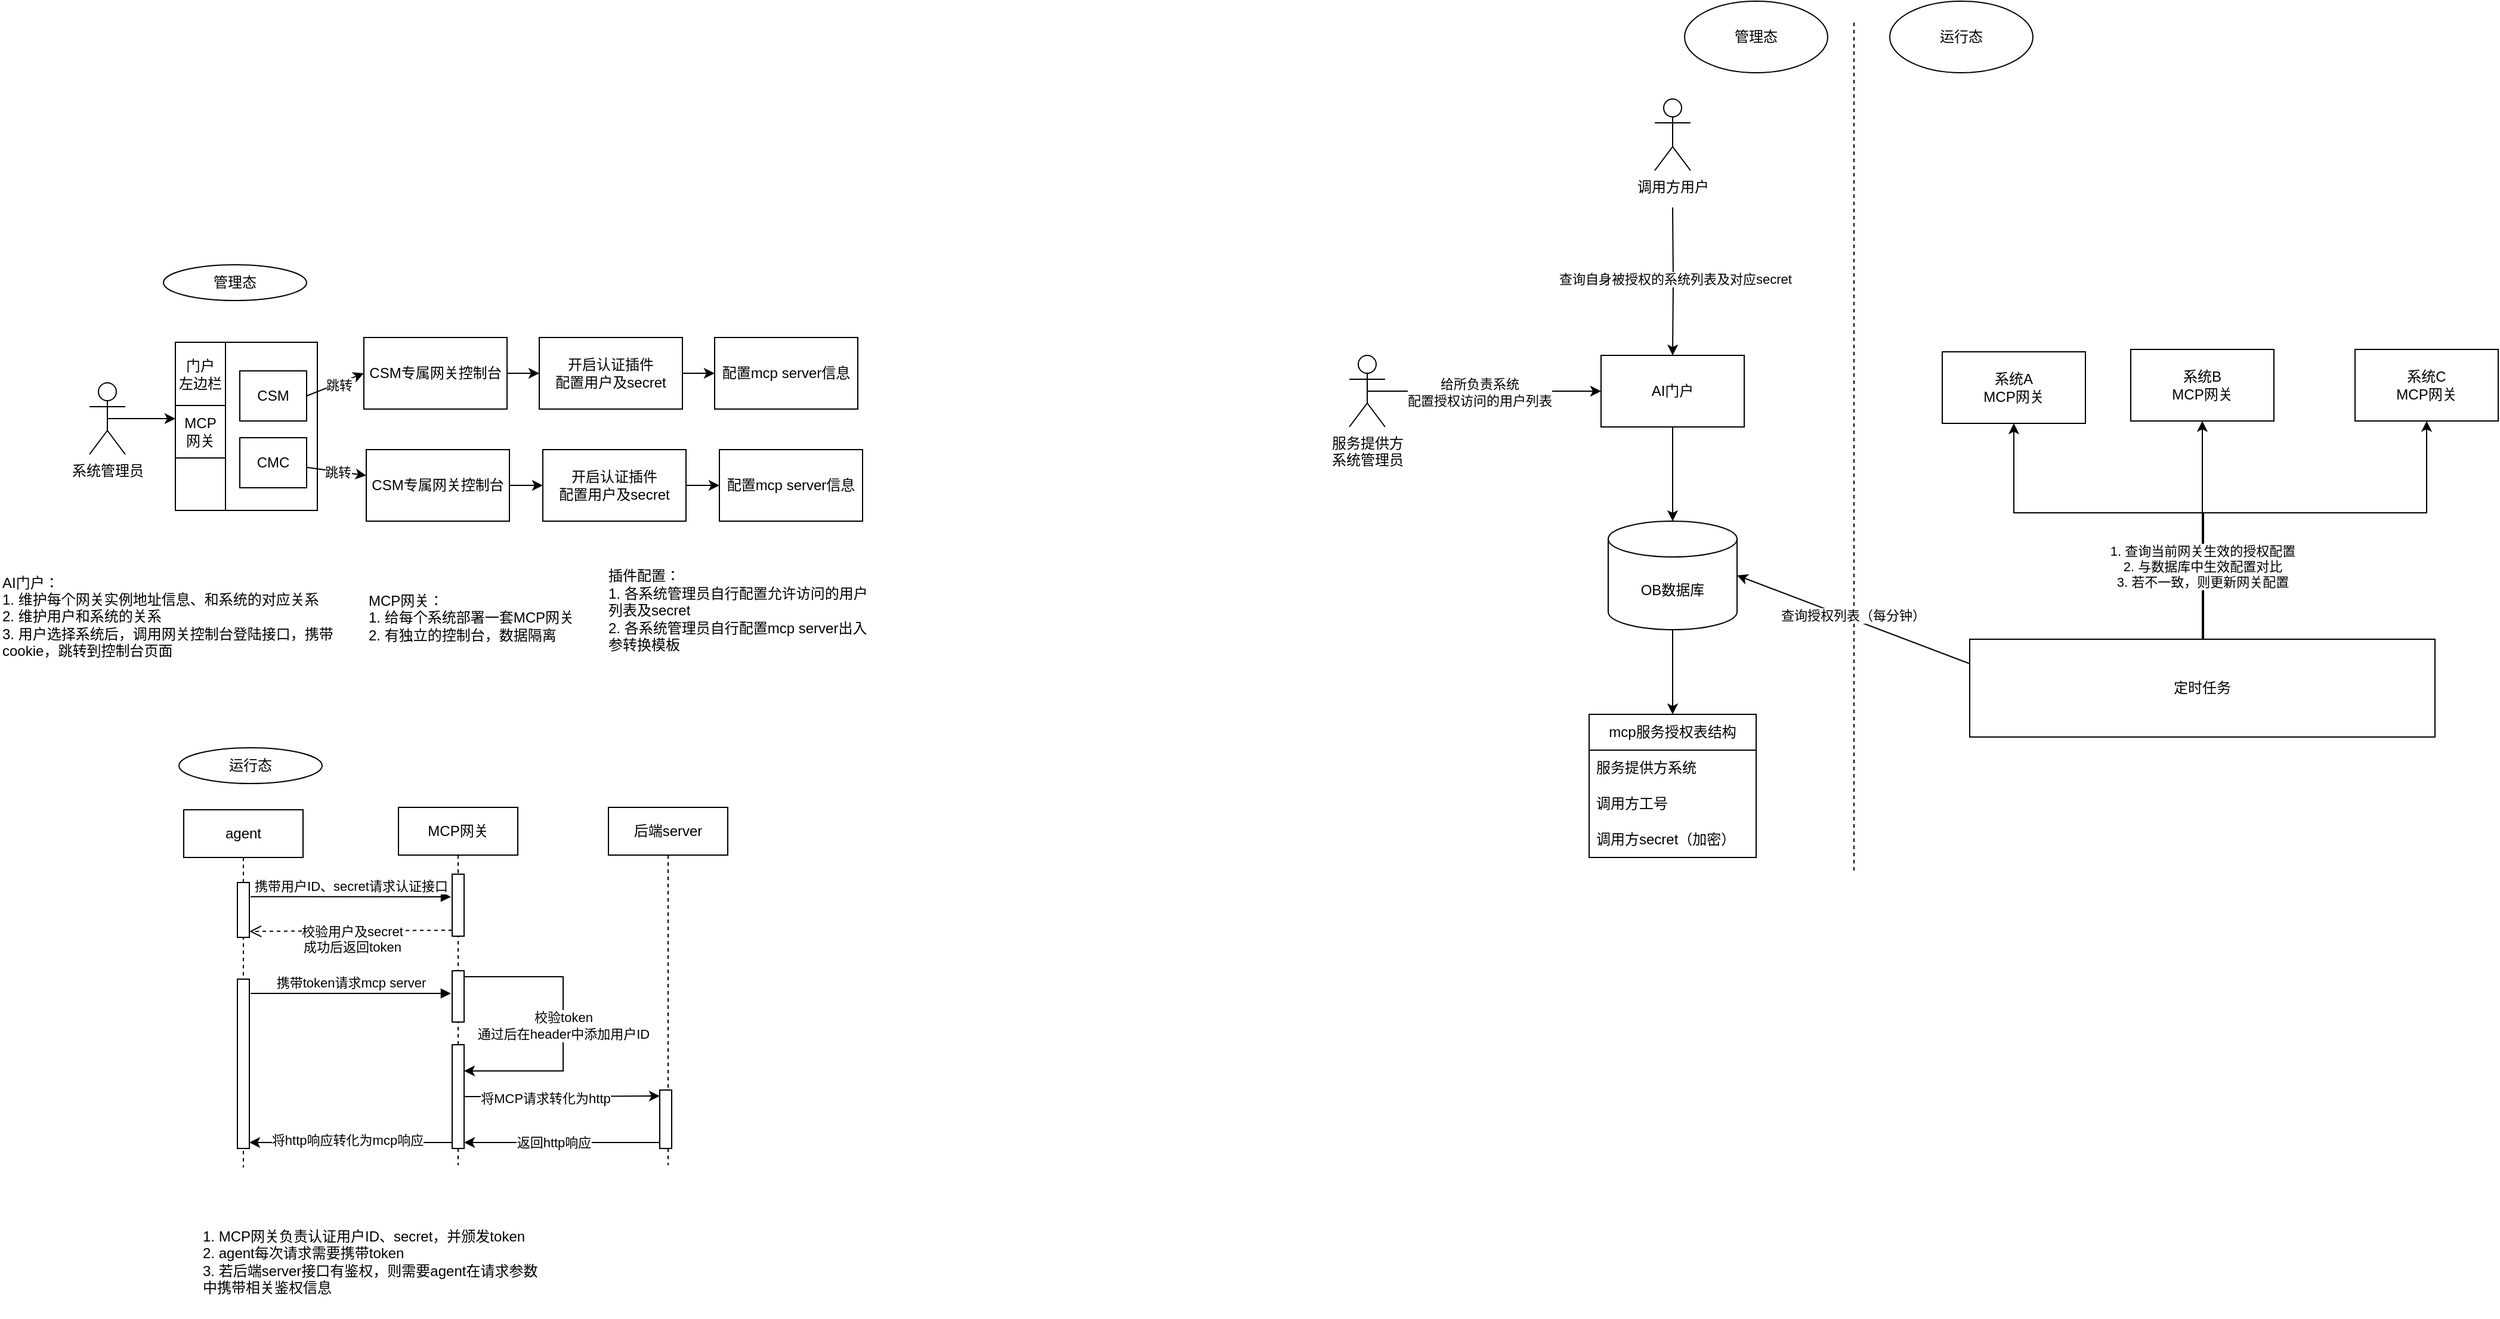
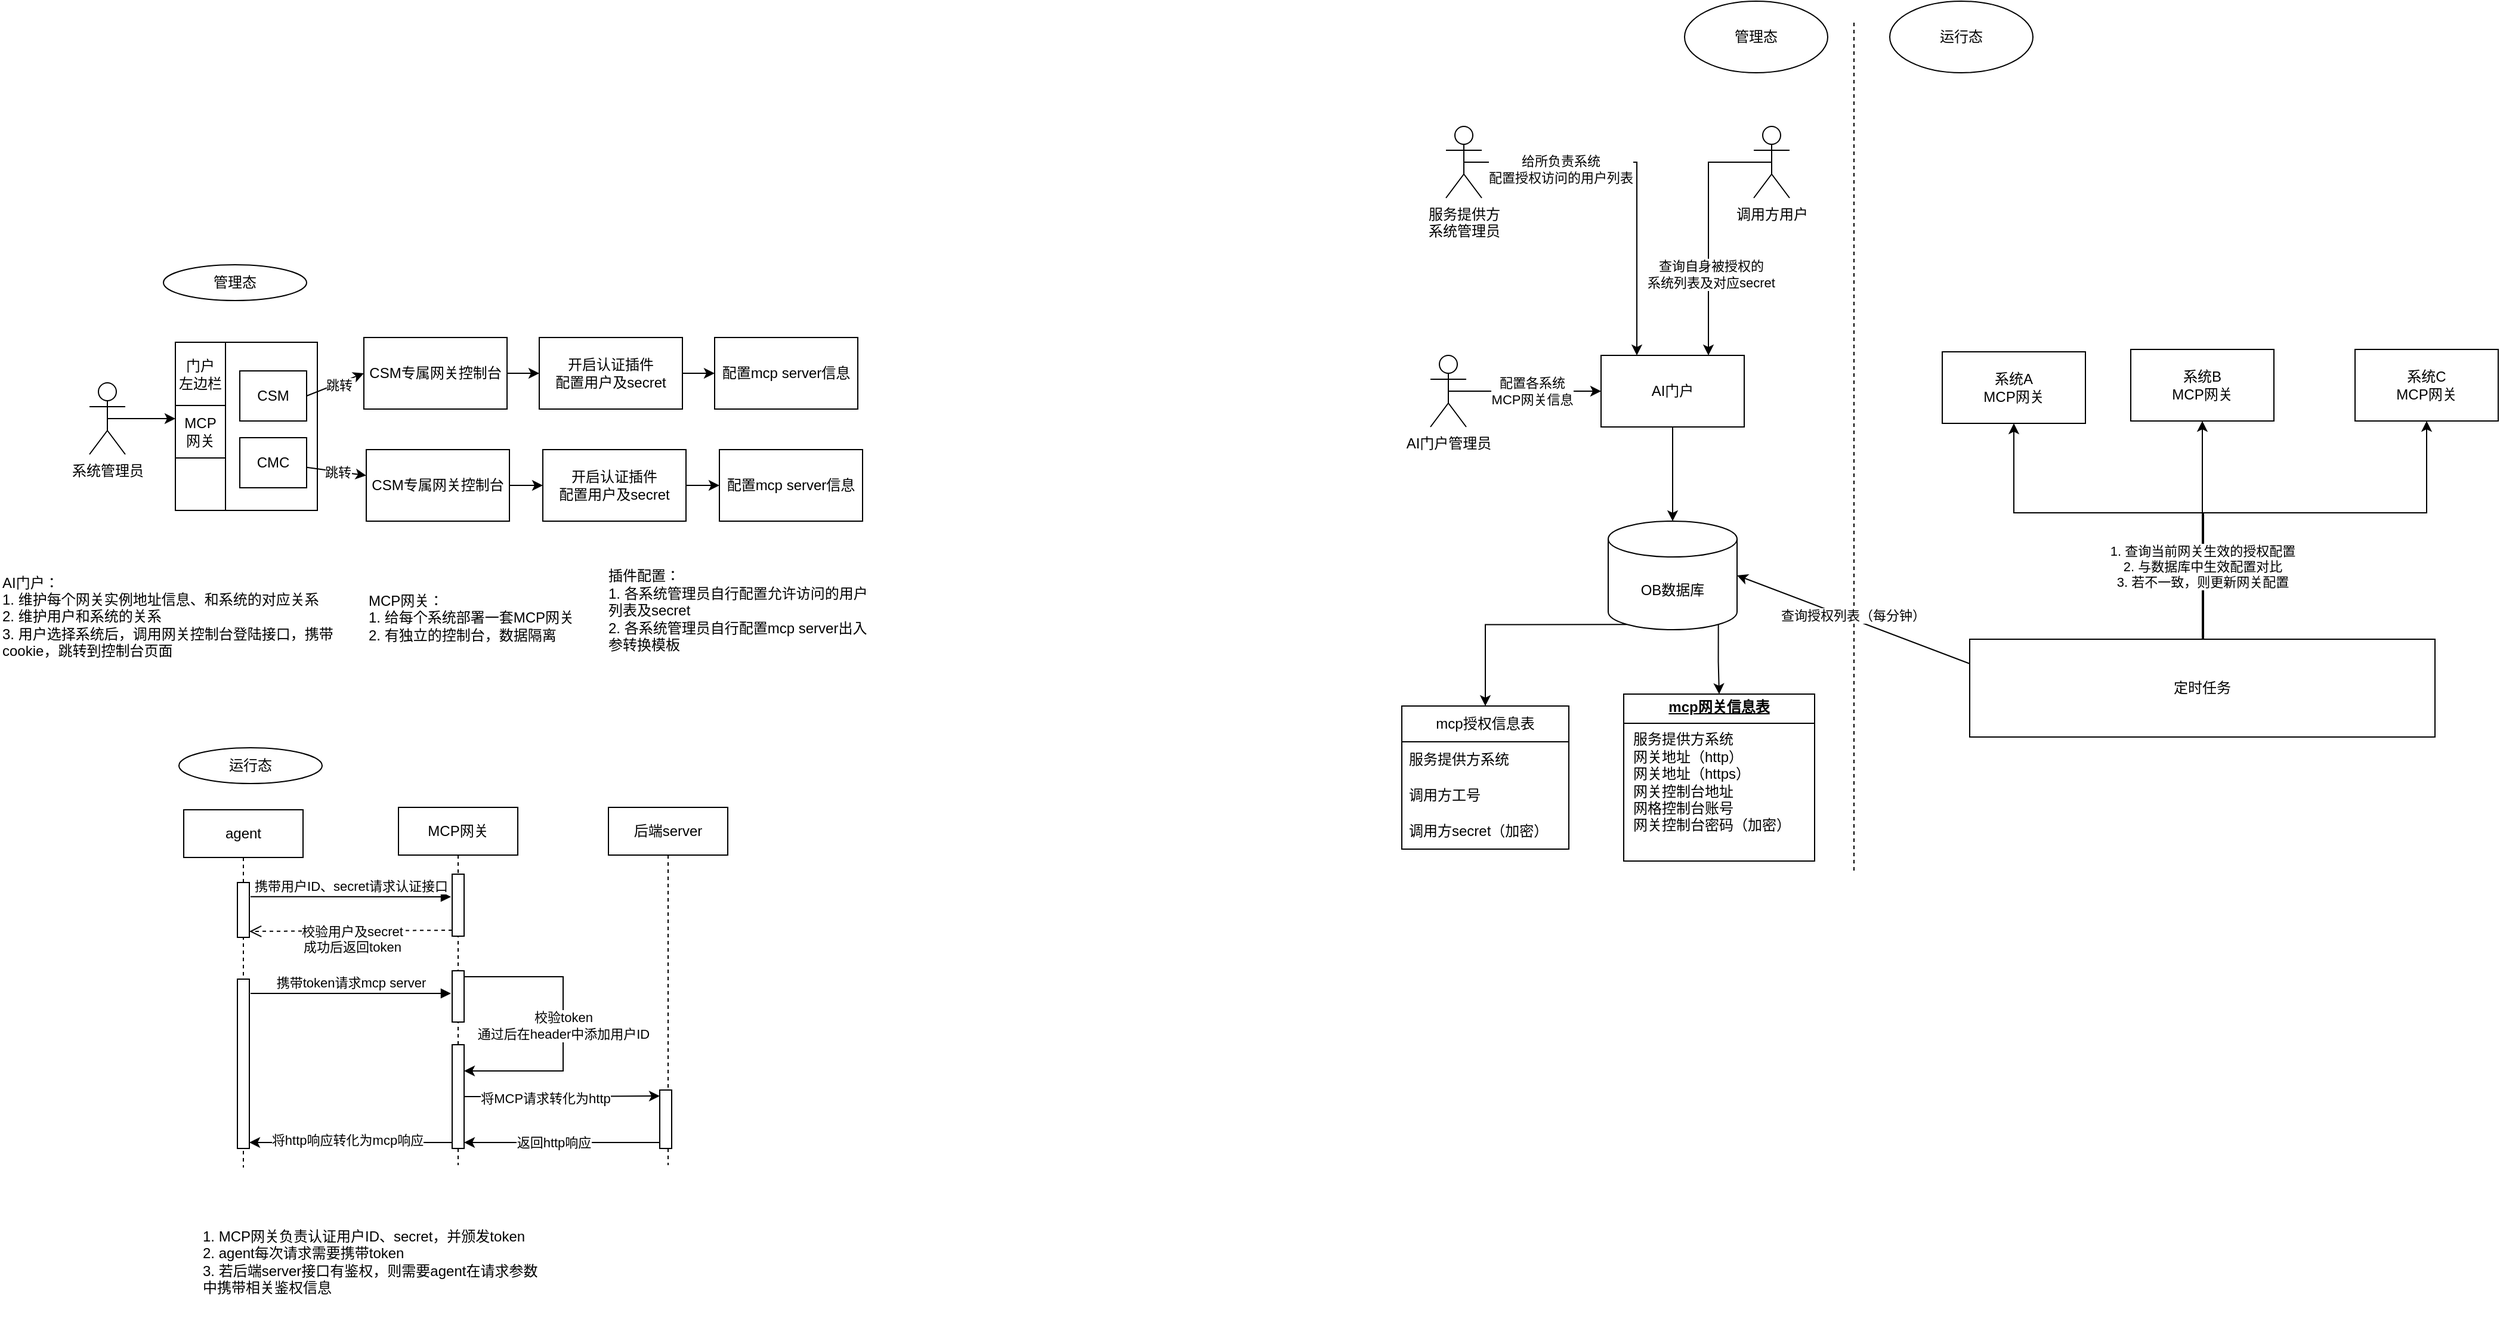
<mxfile host="app.diagrams.net">
  <diagram name="第 1 页" id="v2hsfRa7gXxFo1c_jMZc">
-     <mxGraphModel dx="1957" dy="1417" grid="0" gridSize="10" guides="1" tooltips="1" connect="1" arrows="1" fold="1" page="0" pageScale="1" pageWidth="827" pageHeight="1169" math="0" shadow="0">
+     <mxGraphModel dx="1734" dy="1271" grid="0" gridSize="10" guides="1" tooltips="1" connect="1" arrows="1" fold="1" page="0" pageScale="1" pageWidth="827" pageHeight="1169" math="0" shadow="0">
      <root>
        <mxCell id="0" />
        <mxCell id="1" parent="0" />
        <mxCell id="Vr7ZYQnQsq7QcT0ujrnK-1" parent="1" style="rounded=0;whiteSpace=wrap;html=1;" value="" vertex="1">
          <mxGeometry height="141" width="119" x="58" y="104" as="geometry" />
        </mxCell>
        <mxCell id="Vr7ZYQnQsq7QcT0ujrnK-2" parent="1" style="rounded=0;whiteSpace=wrap;html=1;" value="" vertex="1">
          <mxGeometry height="141" width="42" x="58" y="104" as="geometry" />
        </mxCell>
        <mxCell id="Vr7ZYQnQsq7QcT0ujrnK-4" parent="1" style="rounded=0;whiteSpace=wrap;html=1;" value="MCP&lt;div&gt;网关&lt;/div&gt;" vertex="1">
          <mxGeometry height="44" width="42" x="58" y="157" as="geometry" />
        </mxCell>
        <mxCell id="Vr7ZYQnQsq7QcT0ujrnK-5" parent="1" style="rounded=0;whiteSpace=wrap;html=1;" value="门户&lt;div&gt;左边栏&lt;/div&gt;" vertex="1">
          <mxGeometry height="53" width="42" x="58" y="104" as="geometry" />
        </mxCell>
        <mxCell id="Vr7ZYQnQsq7QcT0ujrnK-9" edge="1" parent="1" source="Vr7ZYQnQsq7QcT0ujrnK-6" style="rounded=0;orthogonalLoop=1;jettySize=auto;html=1;exitX=1;exitY=0.5;exitDx=0;exitDy=0;entryX=0;entryY=0.5;entryDx=0;entryDy=0;" target="Vr7ZYQnQsq7QcT0ujrnK-8">
          <mxGeometry relative="1" as="geometry" />
        </mxCell>
        <mxCell id="Vr7ZYQnQsq7QcT0ujrnK-12" connectable="0" parent="Vr7ZYQnQsq7QcT0ujrnK-9" style="edgeLabel;html=1;align=center;verticalAlign=middle;resizable=0;points=[];" value="跳转" vertex="1">
          <mxGeometry relative="1" x="0.0797" y="-1" as="geometry">
            <mxPoint as="offset" />
          </mxGeometry>
        </mxCell>
        <mxCell id="Vr7ZYQnQsq7QcT0ujrnK-6" parent="1" style="rounded=0;whiteSpace=wrap;html=1;" value="CSM" vertex="1">
          <mxGeometry height="42" width="56" x="112" y="128" as="geometry" />
        </mxCell>
        <mxCell id="Vr7ZYQnQsq7QcT0ujrnK-11" edge="1" parent="1" source="Vr7ZYQnQsq7QcT0ujrnK-7" style="rounded=0;orthogonalLoop=1;jettySize=auto;html=1;" target="Vr7ZYQnQsq7QcT0ujrnK-10" value="">
          <mxGeometry relative="1" as="geometry" />
        </mxCell>
        <mxCell id="Vr7ZYQnQsq7QcT0ujrnK-13" connectable="0" parent="Vr7ZYQnQsq7QcT0ujrnK-11" style="edgeLabel;html=1;align=center;verticalAlign=middle;resizable=0;points=[];" value="跳转" vertex="1">
          <mxGeometry relative="1" x="0.0168" as="geometry">
            <mxPoint as="offset" />
          </mxGeometry>
        </mxCell>
        <mxCell id="Vr7ZYQnQsq7QcT0ujrnK-7" parent="1" style="rounded=0;whiteSpace=wrap;html=1;" value="CMC" vertex="1">
          <mxGeometry height="42" width="56" x="112" y="184" as="geometry" />
        </mxCell>
        <mxCell id="Vr7ZYQnQsq7QcT0ujrnK-15" edge="1" parent="1" source="Vr7ZYQnQsq7QcT0ujrnK-8" style="edgeStyle=orthogonalEdgeStyle;rounded=0;orthogonalLoop=1;jettySize=auto;html=1;" target="Vr7ZYQnQsq7QcT0ujrnK-14" value="">
          <mxGeometry relative="1" as="geometry" />
        </mxCell>
        <mxCell id="Vr7ZYQnQsq7QcT0ujrnK-8" parent="1" style="rounded=0;whiteSpace=wrap;html=1;" value="CSM专属网关控制台" vertex="1">
          <mxGeometry height="60" width="120" x="216" y="100" as="geometry" />
        </mxCell>
        <mxCell id="Vr7ZYQnQsq7QcT0ujrnK-17" edge="1" parent="1" source="Vr7ZYQnQsq7QcT0ujrnK-10" style="edgeStyle=orthogonalEdgeStyle;rounded=0;orthogonalLoop=1;jettySize=auto;html=1;" target="Vr7ZYQnQsq7QcT0ujrnK-16" value="">
          <mxGeometry relative="1" as="geometry" />
        </mxCell>
        <mxCell id="Vr7ZYQnQsq7QcT0ujrnK-10" parent="1" style="rounded=0;whiteSpace=wrap;html=1;" value="CSM专属网关控制台" vertex="1">
          <mxGeometry height="60" width="120" x="218" y="194" as="geometry" />
        </mxCell>
        <mxCell id="Vr7ZYQnQsq7QcT0ujrnK-43" edge="1" parent="1" source="Vr7ZYQnQsq7QcT0ujrnK-14" style="edgeStyle=orthogonalEdgeStyle;rounded=0;orthogonalLoop=1;jettySize=auto;html=1;" target="Vr7ZYQnQsq7QcT0ujrnK-42" value="">
          <mxGeometry relative="1" as="geometry" />
        </mxCell>
        <mxCell id="Vr7ZYQnQsq7QcT0ujrnK-14" parent="1" style="rounded=0;whiteSpace=wrap;html=1;" value="开启认证插件&lt;div&gt;配置用户及secret&lt;/div&gt;" vertex="1">
          <mxGeometry height="60" width="120" x="363" y="100" as="geometry" />
        </mxCell>
        <mxCell id="Vr7ZYQnQsq7QcT0ujrnK-45" edge="1" parent="1" source="Vr7ZYQnQsq7QcT0ujrnK-16" style="edgeStyle=orthogonalEdgeStyle;rounded=0;orthogonalLoop=1;jettySize=auto;html=1;" target="Vr7ZYQnQsq7QcT0ujrnK-44" value="">
          <mxGeometry relative="1" as="geometry" />
        </mxCell>
        <mxCell id="Vr7ZYQnQsq7QcT0ujrnK-16" parent="1" style="rounded=0;whiteSpace=wrap;html=1;" value="开启认证插件&lt;div&gt;配置用户及secret&lt;/div&gt;" vertex="1">
          <mxGeometry height="60" width="120" x="366" y="194" as="geometry" />
        </mxCell>
        <mxCell id="Vr7ZYQnQsq7QcT0ujrnK-18" parent="1" style="ellipse;whiteSpace=wrap;html=1;" value="管理态" vertex="1">
          <mxGeometry height="30" width="120" x="48" y="39" as="geometry" />
        </mxCell>
        <mxCell id="Vr7ZYQnQsq7QcT0ujrnK-19" parent="1" style="ellipse;whiteSpace=wrap;html=1;" value="运行态" vertex="1">
          <mxGeometry height="30" width="120" x="61" y="444" as="geometry" />
        </mxCell>
        <mxCell id="Vr7ZYQnQsq7QcT0ujrnK-20" parent="1" style="shape=umlLifeline;perimeter=lifelinePerimeter;whiteSpace=wrap;html=1;container=1;dropTarget=0;collapsible=0;recursiveResize=0;outlineConnect=0;portConstraint=eastwest;newEdgeStyle={&quot;curved&quot;:0,&quot;rounded&quot;:0};" value="agent" vertex="1">
          <mxGeometry height="300" width="100" x="65" y="496" as="geometry" />
        </mxCell>
        <mxCell id="Vr7ZYQnQsq7QcT0ujrnK-26" parent="Vr7ZYQnQsq7QcT0ujrnK-20" style="html=1;points=[[0,0,0,0,5],[0,1,0,0,-5],[1,0,0,0,5],[1,1,0,0,-5]];perimeter=orthogonalPerimeter;outlineConnect=0;targetShapes=umlLifeline;portConstraint=eastwest;newEdgeStyle={&quot;curved&quot;:0,&quot;rounded&quot;:0};" value="" vertex="1">
          <mxGeometry height="46" width="10" x="45" y="61" as="geometry" />
        </mxCell>
        <mxCell id="Vr7ZYQnQsq7QcT0ujrnK-21" parent="1" style="shape=umlLifeline;perimeter=lifelinePerimeter;whiteSpace=wrap;html=1;container=1;dropTarget=0;collapsible=0;recursiveResize=0;outlineConnect=0;portConstraint=eastwest;newEdgeStyle={&quot;curved&quot;:0,&quot;rounded&quot;:0};" value="MCP网关" vertex="1">
          <mxGeometry height="300" width="100" x="245" y="494" as="geometry" />
        </mxCell>
        <mxCell id="Vr7ZYQnQsq7QcT0ujrnK-23" parent="Vr7ZYQnQsq7QcT0ujrnK-21" style="html=1;points=[[0,0,0,0,5],[0,1,0,0,-5],[1,0,0,0,5],[1,1,0,0,-5]];perimeter=orthogonalPerimeter;outlineConnect=0;targetShapes=umlLifeline;portConstraint=eastwest;newEdgeStyle={&quot;curved&quot;:0,&quot;rounded&quot;:0};" value="" vertex="1">
          <mxGeometry height="52" width="10" x="45" y="56" as="geometry" />
        </mxCell>
        <mxCell id="Vr7ZYQnQsq7QcT0ujrnK-31" edge="1" parent="Vr7ZYQnQsq7QcT0ujrnK-21" source="Vr7ZYQnQsq7QcT0ujrnK-28" style="edgeStyle=orthogonalEdgeStyle;rounded=0;orthogonalLoop=1;jettySize=auto;html=1;curved=0;exitX=1;exitY=0;exitDx=0;exitDy=5;exitPerimeter=0;" target="Vr7ZYQnQsq7QcT0ujrnK-30">
          <mxGeometry relative="1" as="geometry">
            <Array as="points">
              <mxPoint x="138" y="142" />
              <mxPoint x="138" y="221" />
            </Array>
          </mxGeometry>
        </mxCell>
        <mxCell id="Vr7ZYQnQsq7QcT0ujrnK-32" connectable="0" parent="Vr7ZYQnQsq7QcT0ujrnK-31" style="edgeLabel;html=1;align=center;verticalAlign=middle;resizable=0;points=[];" value="校验token&lt;div&gt;通过后在header中添加用户ID&lt;/div&gt;" vertex="1">
          <mxGeometry relative="1" x="-0.2068" y="1" as="geometry">
            <mxPoint x="-1" y="27" as="offset" />
          </mxGeometry>
        </mxCell>
        <mxCell id="Vr7ZYQnQsq7QcT0ujrnK-28" parent="Vr7ZYQnQsq7QcT0ujrnK-21" style="html=1;points=[[0,0,0,0,5],[0,1,0,0,-5],[1,0,0,0,5],[1,1,0,0,-5]];perimeter=orthogonalPerimeter;outlineConnect=0;targetShapes=umlLifeline;portConstraint=eastwest;newEdgeStyle={&quot;curved&quot;:0,&quot;rounded&quot;:0};" value="" vertex="1">
          <mxGeometry height="43" width="10" x="45" y="137" as="geometry" />
        </mxCell>
        <mxCell id="Vr7ZYQnQsq7QcT0ujrnK-27" parent="Vr7ZYQnQsq7QcT0ujrnK-21" style="html=1;points=[[0,0,0,0,5],[0,1,0,0,-5],[1,0,0,0,5],[1,1,0,0,-5]];perimeter=orthogonalPerimeter;outlineConnect=0;targetShapes=umlLifeline;portConstraint=eastwest;newEdgeStyle={&quot;curved&quot;:0,&quot;rounded&quot;:0};" value="" vertex="1">
          <mxGeometry height="142" width="10" x="-135" y="144" as="geometry" />
        </mxCell>
        <mxCell id="Vr7ZYQnQsq7QcT0ujrnK-29" edge="1" parent="Vr7ZYQnQsq7QcT0ujrnK-21" style="html=1;verticalAlign=bottom;endArrow=block;curved=0;rounded=0;exitX=0.56;exitY=0.243;exitDx=0;exitDy=0;exitPerimeter=0;" value="携带token请求mcp server">
          <mxGeometry relative="1" as="geometry">
            <mxPoint x="-124" y="156" as="sourcePoint" />
            <mxPoint x="44" y="156" as="targetPoint" />
          </mxGeometry>
        </mxCell>
        <mxCell id="Vr7ZYQnQsq7QcT0ujrnK-30" parent="Vr7ZYQnQsq7QcT0ujrnK-21" style="html=1;points=[[0,0,0,0,5],[0,1,0,0,-5],[1,0,0,0,5],[1,1,0,0,-5]];perimeter=orthogonalPerimeter;outlineConnect=0;targetShapes=umlLifeline;portConstraint=eastwest;newEdgeStyle={&quot;curved&quot;:0,&quot;rounded&quot;:0};" value="" vertex="1">
          <mxGeometry height="87" width="10" x="45" y="199" as="geometry" />
        </mxCell>
        <mxCell id="Vr7ZYQnQsq7QcT0ujrnK-39" edge="1" parent="Vr7ZYQnQsq7QcT0ujrnK-21" source="Vr7ZYQnQsq7QcT0ujrnK-30" style="edgeStyle=orthogonalEdgeStyle;rounded=0;orthogonalLoop=1;jettySize=auto;html=1;curved=0;exitX=0;exitY=1;exitDx=0;exitDy=-5;exitPerimeter=0;entryX=1;entryY=1;entryDx=0;entryDy=-5;entryPerimeter=0;" target="Vr7ZYQnQsq7QcT0ujrnK-27">
          <mxGeometry relative="1" as="geometry" />
        </mxCell>
        <mxCell id="Vr7ZYQnQsq7QcT0ujrnK-41" connectable="0" parent="Vr7ZYQnQsq7QcT0ujrnK-39" style="edgeLabel;html=1;align=center;verticalAlign=middle;resizable=0;points=[];" value="将http响应转化为mcp响应" vertex="1">
          <mxGeometry relative="1" x="0.0353" y="-2" as="geometry">
            <mxPoint as="offset" />
          </mxGeometry>
        </mxCell>
        <mxCell id="Vr7ZYQnQsq7QcT0ujrnK-22" parent="1" style="shape=umlLifeline;perimeter=lifelinePerimeter;whiteSpace=wrap;html=1;container=1;dropTarget=0;collapsible=0;recursiveResize=0;outlineConnect=0;portConstraint=eastwest;newEdgeStyle={&quot;curved&quot;:0,&quot;rounded&quot;:0};" value="后端server" vertex="1">
          <mxGeometry height="300" width="100" x="421" y="494" as="geometry" />
        </mxCell>
        <mxCell id="Vr7ZYQnQsq7QcT0ujrnK-33" parent="Vr7ZYQnQsq7QcT0ujrnK-22" style="html=1;points=[[0,0,0,0,5],[0,1,0,0,-5],[1,0,0,0,5],[1,1,0,0,-5]];perimeter=orthogonalPerimeter;outlineConnect=0;targetShapes=umlLifeline;portConstraint=eastwest;newEdgeStyle={&quot;curved&quot;:0,&quot;rounded&quot;:0};" value="" vertex="1">
          <mxGeometry height="49" width="10" x="43" y="237" as="geometry" />
        </mxCell>
        <mxCell id="Vr7ZYQnQsq7QcT0ujrnK-24" edge="1" parent="1" source="Vr7ZYQnQsq7QcT0ujrnK-20" style="html=1;verticalAlign=bottom;endArrow=block;curved=0;rounded=0;exitX=0.56;exitY=0.243;exitDx=0;exitDy=0;exitPerimeter=0;" value="携带用户ID、secret请求认证接口">
          <mxGeometry relative="1" as="geometry">
            <mxPoint x="121" y="574" as="sourcePoint" />
            <mxPoint x="289" y="569" as="targetPoint" />
          </mxGeometry>
        </mxCell>
        <mxCell id="Vr7ZYQnQsq7QcT0ujrnK-35" edge="1" parent="1" source="Vr7ZYQnQsq7QcT0ujrnK-23" style="html=1;verticalAlign=bottom;endArrow=open;dashed=1;endSize=8;curved=0;rounded=0;exitX=0;exitY=1;exitDx=0;exitDy=-5;exitPerimeter=0;entryX=1;entryY=1;entryDx=0;entryDy=-5;entryPerimeter=0;" target="Vr7ZYQnQsq7QcT0ujrnK-26" value="校验用户及secret&lt;div&gt;成功后返回token&lt;/div&gt;">
          <mxGeometry relative="1" x="-0.0102" y="23" as="geometry">
            <mxPoint as="offset" />
            <mxPoint x="266" y="592" as="sourcePoint" />
            <mxPoint x="198" y="595" as="targetPoint" />
          </mxGeometry>
        </mxCell>
        <mxCell id="Vr7ZYQnQsq7QcT0ujrnK-36" edge="1" parent="1" source="Vr7ZYQnQsq7QcT0ujrnK-30" style="edgeStyle=orthogonalEdgeStyle;rounded=0;orthogonalLoop=1;jettySize=auto;html=1;curved=0;entryX=0;entryY=0;entryDx=0;entryDy=5;entryPerimeter=0;" target="Vr7ZYQnQsq7QcT0ujrnK-33">
          <mxGeometry relative="1" as="geometry" />
        </mxCell>
        <mxCell id="Vr7ZYQnQsq7QcT0ujrnK-37" connectable="0" parent="Vr7ZYQnQsq7QcT0ujrnK-36" style="edgeLabel;html=1;align=center;verticalAlign=middle;resizable=0;points=[];" value="将MCP请求转化为http" vertex="1">
          <mxGeometry relative="1" x="-0.1733" as="geometry">
            <mxPoint y="1" as="offset" />
          </mxGeometry>
        </mxCell>
        <mxCell id="Vr7ZYQnQsq7QcT0ujrnK-38" edge="1" parent="1" source="Vr7ZYQnQsq7QcT0ujrnK-33" style="edgeStyle=orthogonalEdgeStyle;rounded=0;orthogonalLoop=1;jettySize=auto;html=1;curved=0;exitX=0;exitY=1;exitDx=0;exitDy=-5;exitPerimeter=0;entryX=1;entryY=1;entryDx=0;entryDy=-5;entryPerimeter=0;" target="Vr7ZYQnQsq7QcT0ujrnK-30">
          <mxGeometry relative="1" as="geometry" />
        </mxCell>
        <mxCell id="Vr7ZYQnQsq7QcT0ujrnK-40" connectable="0" parent="Vr7ZYQnQsq7QcT0ujrnK-38" style="edgeLabel;html=1;align=center;verticalAlign=middle;resizable=0;points=[];" value="返回http响应" vertex="1">
          <mxGeometry relative="1" x="0.0854" as="geometry">
            <mxPoint as="offset" />
          </mxGeometry>
        </mxCell>
        <mxCell id="Vr7ZYQnQsq7QcT0ujrnK-42" parent="1" style="rounded=0;whiteSpace=wrap;html=1;" value="配置mcp server信息" vertex="1">
          <mxGeometry height="60" width="120" x="510" y="100" as="geometry" />
        </mxCell>
        <mxCell id="Vr7ZYQnQsq7QcT0ujrnK-44" parent="1" style="rounded=0;whiteSpace=wrap;html=1;" value="配置mcp server信息" vertex="1">
          <mxGeometry height="60" width="120" x="514" y="194" as="geometry" />
        </mxCell>
        <mxCell id="Vr7ZYQnQsq7QcT0ujrnK-47" parent="1" style="text;html=1;whiteSpace=wrap;strokeColor=none;fillColor=none;align=left;verticalAlign=middle;rounded=0;" value="AI门户：&lt;div&gt;1. 维护每个网关实例地址信息、和系统的对应关系&lt;/div&gt;&lt;div&gt;2. 维护用户和系统的关系&lt;/div&gt;&lt;div&gt;3. 用户选择系统后，调用网关控制台登陆接口，携带cookie，跳转到控制台页面&lt;/div&gt;" vertex="1">
          <mxGeometry height="124" width="280" x="-89" y="272" as="geometry" />
        </mxCell>
        <mxCell id="Vr7ZYQnQsq7QcT0ujrnK-48" parent="1" style="text;html=1;whiteSpace=wrap;strokeColor=none;fillColor=none;align=left;verticalAlign=middle;rounded=0;" value="1. MCP网关负责认证用户ID、secret，并颁发token&lt;br&gt;2. agent每次请求需要携带token&lt;br&gt;&lt;div&gt;3. 若后端server接口有鉴权，则需要agent在请求参数中携带相关鉴权信息&lt;/div&gt;" vertex="1">
          <mxGeometry height="95" width="287" x="79" y="827" as="geometry" />
        </mxCell>
        <mxCell id="Vr7ZYQnQsq7QcT0ujrnK-49" parent="1" style="text;html=1;whiteSpace=wrap;strokeColor=none;fillColor=none;align=left;verticalAlign=middle;rounded=0;" value="MCP网关：&lt;div&gt;1. 给每个系统部署一套MCP网关&lt;/div&gt;&lt;div&gt;2. 有独立的控制台，数据隔离&lt;/div&gt;&lt;div&gt;&lt;br&gt;&lt;/div&gt;" vertex="1">
          <mxGeometry height="124" width="178" x="218" y="280" as="geometry" />
        </mxCell>
        <mxCell id="Vr7ZYQnQsq7QcT0ujrnK-53" edge="1" parent="1" source="Vr7ZYQnQsq7QcT0ujrnK-50" style="edgeStyle=orthogonalEdgeStyle;rounded=0;orthogonalLoop=1;jettySize=auto;html=1;exitX=0.5;exitY=0.5;exitDx=0;exitDy=0;exitPerimeter=0;entryX=0;entryY=0.25;entryDx=0;entryDy=0;" target="Vr7ZYQnQsq7QcT0ujrnK-4">
          <mxGeometry relative="1" as="geometry" />
        </mxCell>
        <mxCell id="Vr7ZYQnQsq7QcT0ujrnK-50" parent="1" style="shape=umlActor;verticalLabelPosition=bottom;verticalAlign=top;html=1;outlineConnect=0;" value="系统管理员" vertex="1">
          <mxGeometry height="60" width="30" x="-14" y="138" as="geometry" />
        </mxCell>
        <mxCell id="Vr7ZYQnQsq7QcT0ujrnK-54" parent="1" style="text;html=1;whiteSpace=wrap;strokeColor=none;fillColor=none;align=left;verticalAlign=middle;rounded=0;" value="插件配置：&lt;div&gt;1. 各系统管理员自行配置允许访问的用户列表及secret&lt;/div&gt;&lt;div&gt;2.&amp;nbsp;&lt;span style=&quot;background-color: transparent; color: light-dark(rgb(0, 0, 0), rgb(255, 255, 255));&quot;&gt;各系统管理员自行配置mcp server出入参转换模板&lt;/span&gt;&lt;/div&gt;&lt;div&gt;&lt;br&gt;&lt;/div&gt;" vertex="1">
          <mxGeometry height="124" width="228" x="419" y="274" as="geometry" />
        </mxCell>
        <mxCell id="Vr7ZYQnQsq7QcT0ujrnK-63" edge="1" parent="1" source="Vr7ZYQnQsq7QcT0ujrnK-55" style="edgeStyle=orthogonalEdgeStyle;rounded=0;orthogonalLoop=1;jettySize=auto;html=1;" target="Vr7ZYQnQsq7QcT0ujrnK-62" value="">
          <mxGeometry relative="1" as="geometry" />
        </mxCell>
        <mxCell id="Vr7ZYQnQsq7QcT0ujrnK-55" parent="1" style="rounded=0;whiteSpace=wrap;html=1;" value="AI门户" vertex="1">
          <mxGeometry height="60" width="120" x="1253" y="115" as="geometry" />
        </mxCell>
-         <mxCell id="Vr7ZYQnQsq7QcT0ujrnK-60" edge="1" parent="1" source="Vr7ZYQnQsq7QcT0ujrnK-56" style="edgeStyle=orthogonalEdgeStyle;rounded=0;orthogonalLoop=1;jettySize=auto;html=1;exitX=0.5;exitY=0.5;exitDx=0;exitDy=0;exitPerimeter=0;" target="Vr7ZYQnQsq7QcT0ujrnK-55">
+         <mxCell id="Vr7ZYQnQsq7QcT0ujrnK-60" edge="1" parent="1" source="Vr7ZYQnQsq7QcT0ujrnK-56" style="edgeStyle=orthogonalEdgeStyle;rounded=0;orthogonalLoop=1;jettySize=auto;html=1;exitX=0.5;exitY=0.5;exitDx=0;exitDy=0;exitPerimeter=0;entryX=0.25;entryY=0;entryDx=0;entryDy=0;" target="Vr7ZYQnQsq7QcT0ujrnK-55">
          <mxGeometry relative="1" as="geometry" />
        </mxCell>
        <mxCell id="Vr7ZYQnQsq7QcT0ujrnK-61" connectable="0" parent="Vr7ZYQnQsq7QcT0ujrnK-60" style="edgeLabel;html=1;align=center;verticalAlign=middle;resizable=0;points=[];" value="给所负责系统&lt;div&gt;配置授权访问的用户列表&lt;/div&gt;" vertex="1">
          <mxGeometry relative="1" x="-0.0388" y="-1" as="geometry">
-             <mxPoint as="offset" />
+             <mxPoint x="-63" y="3" as="offset" />
          </mxGeometry>
        </mxCell>
        <mxCell id="Vr7ZYQnQsq7QcT0ujrnK-56" parent="1" style="shape=umlActor;verticalLabelPosition=bottom;verticalAlign=top;html=1;outlineConnect=0;" value="服务提供方&lt;div&gt;系统管理员&lt;/div&gt;" vertex="1">
-           <mxGeometry height="60" width="30" x="1042" y="115" as="geometry" />
-         </mxCell>
-         <mxCell id="Vr7ZYQnQsq7QcT0ujrnK-68" edge="1" parent="1" source="Vr7ZYQnQsq7QcT0ujrnK-62" style="edgeStyle=orthogonalEdgeStyle;rounded=0;orthogonalLoop=1;jettySize=auto;html=1;entryX=0.5;entryY=0;entryDx=0;entryDy=0;" target="Vr7ZYQnQsq7QcT0ujrnK-64" value="">
+           <mxGeometry height="60" width="30" x="1123" y="-77" as="geometry" />
+         </mxCell>
+         <mxCell id="Vr7ZYQnQsq7QcT0ujrnK-68" edge="1" parent="1" source="Vr7ZYQnQsq7QcT0ujrnK-62" style="edgeStyle=orthogonalEdgeStyle;rounded=0;orthogonalLoop=1;jettySize=auto;html=1;entryX=0.5;entryY=0;entryDx=0;entryDy=0;exitX=0.145;exitY=1;exitDx=0;exitDy=-4.35;exitPerimeter=0;" target="Vr7ZYQnQsq7QcT0ujrnK-64" value="">
+           <mxGeometry relative="1" as="geometry" />
+         </mxCell>
+         <mxCell id="0jYzeJ2Ehw4HYuAYkjmJ-21" edge="1" parent="1" source="Vr7ZYQnQsq7QcT0ujrnK-62" style="edgeStyle=orthogonalEdgeStyle;rounded=0;orthogonalLoop=1;jettySize=auto;html=1;exitX=0.855;exitY=1;exitDx=0;exitDy=-4.35;exitPerimeter=0;entryX=0.5;entryY=0;entryDx=0;entryDy=0;" target="0jYzeJ2Ehw4HYuAYkjmJ-20">
          <mxGeometry relative="1" as="geometry" />
        </mxCell>
        <mxCell id="Vr7ZYQnQsq7QcT0ujrnK-62" parent="1" style="shape=cylinder3;whiteSpace=wrap;html=1;boundedLbl=1;backgroundOutline=1;size=15;" value="OB数据库" vertex="1">
          <mxGeometry height="91" width="108" x="1259" y="254" as="geometry" />
        </mxCell>
-         <mxCell id="Vr7ZYQnQsq7QcT0ujrnK-64" parent="1" style="swimlane;fontStyle=0;childLayout=stackLayout;horizontal=1;startSize=30;horizontalStack=0;resizeParent=1;resizeParentMax=0;resizeLast=0;collapsible=1;marginBottom=0;whiteSpace=wrap;html=1;" value="mcp服务授权表结构" vertex="1">
-           <mxGeometry height="120" width="140" x="1243" y="416" as="geometry" />
+         <mxCell id="Vr7ZYQnQsq7QcT0ujrnK-64" parent="1" style="swimlane;fontStyle=0;childLayout=stackLayout;horizontal=1;startSize=30;horizontalStack=0;resizeParent=1;resizeParentMax=0;resizeLast=0;collapsible=1;marginBottom=0;whiteSpace=wrap;html=1;" value="mcp授权信息表" vertex="1">
+           <mxGeometry height="120" width="140" x="1086" y="409" as="geometry" />
        </mxCell>
        <mxCell id="Vr7ZYQnQsq7QcT0ujrnK-65" parent="Vr7ZYQnQsq7QcT0ujrnK-64" style="text;strokeColor=none;fillColor=none;align=left;verticalAlign=middle;spacingLeft=4;spacingRight=4;overflow=hidden;points=[[0,0.5],[1,0.5]];portConstraint=eastwest;rotatable=0;whiteSpace=wrap;html=1;" value="服务提供方系统" vertex="1">
          <mxGeometry height="30" width="140" y="30" as="geometry" />
        </mxCell>
        <mxCell id="Vr7ZYQnQsq7QcT0ujrnK-66" parent="Vr7ZYQnQsq7QcT0ujrnK-64" style="text;strokeColor=none;fillColor=none;align=left;verticalAlign=middle;spacingLeft=4;spacingRight=4;overflow=hidden;points=[[0,0.5],[1,0.5]];portConstraint=eastwest;rotatable=0;whiteSpace=wrap;html=1;" value="调用方工号" vertex="1">
          <mxGeometry height="30" width="140" y="60" as="geometry" />
        </mxCell>
        <mxCell id="Vr7ZYQnQsq7QcT0ujrnK-67" parent="Vr7ZYQnQsq7QcT0ujrnK-64" style="text;strokeColor=none;fillColor=none;align=left;verticalAlign=middle;spacingLeft=4;spacingRight=4;overflow=hidden;points=[[0,0.5],[1,0.5]];portConstraint=eastwest;rotatable=0;whiteSpace=wrap;html=1;" value="调用方secret（加密）" vertex="1">
          <mxGeometry height="30" width="140" y="90" as="geometry" />
        </mxCell>
        <mxCell id="Vr7ZYQnQsq7QcT0ujrnK-81" edge="1" parent="1" source="Vr7ZYQnQsq7QcT0ujrnK-69" style="edgeStyle=orthogonalEdgeStyle;rounded=0;orthogonalLoop=1;jettySize=auto;html=1;exitX=0.5;exitY=0;exitDx=0;exitDy=0;entryX=0.5;entryY=1;entryDx=0;entryDy=0;" target="Vr7ZYQnQsq7QcT0ujrnK-70">
          <mxGeometry relative="1" as="geometry">
            <Array as="points">
              <mxPoint x="1758" y="247" />
              <mxPoint x="1599" y="247" />
            </Array>
          </mxGeometry>
        </mxCell>
        <mxCell id="Vr7ZYQnQsq7QcT0ujrnK-82" edge="1" parent="1" source="Vr7ZYQnQsq7QcT0ujrnK-69" style="edgeStyle=orthogonalEdgeStyle;rounded=0;orthogonalLoop=1;jettySize=auto;html=1;exitX=0.5;exitY=0;exitDx=0;exitDy=0;" target="Vr7ZYQnQsq7QcT0ujrnK-78">
          <mxGeometry relative="1" as="geometry" />
        </mxCell>
        <mxCell id="Vr7ZYQnQsq7QcT0ujrnK-83" edge="1" parent="1" source="Vr7ZYQnQsq7QcT0ujrnK-69" style="edgeStyle=orthogonalEdgeStyle;rounded=0;orthogonalLoop=1;jettySize=auto;html=1;exitX=0.5;exitY=0;exitDx=0;exitDy=0;entryX=0.5;entryY=1;entryDx=0;entryDy=0;" target="Vr7ZYQnQsq7QcT0ujrnK-79">
          <mxGeometry relative="1" as="geometry">
            <Array as="points">
              <mxPoint x="1758" y="247" />
              <mxPoint x="1945" y="247" />
            </Array>
          </mxGeometry>
        </mxCell>
        <mxCell id="0jYzeJ2Ehw4HYuAYkjmJ-1" connectable="0" parent="Vr7ZYQnQsq7QcT0ujrnK-83" style="edgeLabel;html=1;align=center;verticalAlign=middle;resizable=0;points=[];" value="1. 查询当前网关生效的授权配置&lt;div&gt;2. 与数据库中生效配置对比&lt;/div&gt;&lt;div&gt;3. 若不一致，则更新网关配置&lt;/div&gt;" vertex="1">
          <mxGeometry relative="1" x="-0.5173" y="2" as="geometry">
            <mxPoint x="1" y="27" as="offset" />
          </mxGeometry>
        </mxCell>
        <mxCell id="Vr7ZYQnQsq7QcT0ujrnK-69" parent="1" style="rounded=0;whiteSpace=wrap;html=1;" value="定时任务" vertex="1">
          <mxGeometry height="82" width="390" x="1562" y="353" as="geometry" />
        </mxCell>
        <mxCell id="Vr7ZYQnQsq7QcT0ujrnK-70" parent="1" style="rounded=0;whiteSpace=wrap;html=1;" value="系统A&lt;div&gt;MCP网关&lt;/div&gt;" vertex="1">
          <mxGeometry height="60" width="120" x="1539" y="112" as="geometry" />
        </mxCell>
-         <mxCell id="Vr7ZYQnQsq7QcT0ujrnK-74" edge="1" parent="1" style="edgeStyle=orthogonalEdgeStyle;rounded=0;orthogonalLoop=1;jettySize=auto;html=1;entryX=0.5;entryY=0;entryDx=0;entryDy=0;" target="Vr7ZYQnQsq7QcT0ujrnK-55" value="">
+         <mxCell id="Vr7ZYQnQsq7QcT0ujrnK-74" edge="1" parent="1" source="Vr7ZYQnQsq7QcT0ujrnK-72" style="edgeStyle=orthogonalEdgeStyle;rounded=0;orthogonalLoop=1;jettySize=auto;html=1;entryX=0.75;entryY=0;entryDx=0;entryDy=0;exitX=0.5;exitY=0.5;exitDx=0;exitDy=0;exitPerimeter=0;" target="Vr7ZYQnQsq7QcT0ujrnK-55" value="">
          <mxGeometry relative="1" as="geometry">
            <mxPoint x="1313" y="-9" as="sourcePoint" />
            <mxPoint x="1313" y="40" as="targetPoint" />
          </mxGeometry>
        </mxCell>
-         <mxCell id="Vr7ZYQnQsq7QcT0ujrnK-75" connectable="0" parent="Vr7ZYQnQsq7QcT0ujrnK-74" style="edgeLabel;html=1;align=center;verticalAlign=middle;resizable=0;points=[];" value="查询自身被授权的系统列表及对应secret" vertex="1">
+         <mxCell id="Vr7ZYQnQsq7QcT0ujrnK-75" connectable="0" parent="Vr7ZYQnQsq7QcT0ujrnK-74" style="edgeLabel;html=1;align=center;verticalAlign=middle;resizable=0;points=[];" value="查询自身被授权的&lt;div&gt;系统列表及对应secret&lt;/div&gt;" vertex="1">
          <mxGeometry relative="1" x="-0.0323" y="1" as="geometry">
-             <mxPoint as="offset" />
+             <mxPoint x="1" y="43" as="offset" />
          </mxGeometry>
        </mxCell>
        <mxCell id="Vr7ZYQnQsq7QcT0ujrnK-72" parent="1" style="shape=umlActor;verticalLabelPosition=bottom;verticalAlign=top;html=1;outlineConnect=0;" value="调用方用户" vertex="1">
-           <mxGeometry height="60" width="30" x="1298" y="-100" as="geometry" />
+           <mxGeometry height="60" width="30" x="1381" y="-77" as="geometry" />
        </mxCell>
        <mxCell id="Vr7ZYQnQsq7QcT0ujrnK-76" edge="1" parent="1" style="endArrow=none;dashed=1;html=1;rounded=0;" value="">
          <mxGeometry height="50" relative="1" width="50" as="geometry">
            <mxPoint x="1465" y="547" as="sourcePoint" />
            <mxPoint x="1465" y="-165" as="targetPoint" />
          </mxGeometry>
        </mxCell>
        <mxCell id="Vr7ZYQnQsq7QcT0ujrnK-78" parent="1" style="rounded=0;whiteSpace=wrap;html=1;" value="系统B&lt;div&gt;MCP网关&lt;/div&gt;" vertex="1">
          <mxGeometry height="60" width="120" x="1697" y="110" as="geometry" />
        </mxCell>
        <mxCell id="Vr7ZYQnQsq7QcT0ujrnK-79" parent="1" style="rounded=0;whiteSpace=wrap;html=1;" value="系统C&lt;div&gt;MCP网关&lt;/div&gt;" vertex="1">
          <mxGeometry height="60" width="120" x="1885" y="110" as="geometry" />
        </mxCell>
        <mxCell id="Vr7ZYQnQsq7QcT0ujrnK-80" edge="1" parent="1" source="Vr7ZYQnQsq7QcT0ujrnK-69" style="rounded=0;orthogonalLoop=1;jettySize=auto;html=1;exitX=0;exitY=0.25;exitDx=0;exitDy=0;entryX=1;entryY=0.5;entryDx=0;entryDy=0;entryPerimeter=0;" target="Vr7ZYQnQsq7QcT0ujrnK-62">
          <mxGeometry relative="1" as="geometry" />
        </mxCell>
        <mxCell id="Vr7ZYQnQsq7QcT0ujrnK-84" connectable="0" parent="Vr7ZYQnQsq7QcT0ujrnK-80" style="edgeLabel;html=1;align=center;verticalAlign=middle;resizable=0;points=[];" value="查询授权列表（每分钟）" vertex="1">
          <mxGeometry relative="1" x="0.0227" y="-3" as="geometry">
            <mxPoint as="offset" />
          </mxGeometry>
        </mxCell>
        <mxCell id="0jYzeJ2Ehw4HYuAYkjmJ-2" parent="1" style="ellipse;whiteSpace=wrap;html=1;" value="管理态" vertex="1">
          <mxGeometry height="60" width="120" x="1323" y="-182" as="geometry" />
        </mxCell>
        <mxCell id="0jYzeJ2Ehw4HYuAYkjmJ-3" parent="1" style="ellipse;whiteSpace=wrap;html=1;" value="运行态" vertex="1">
          <mxGeometry height="60" width="120" x="1495" y="-182" as="geometry" />
        </mxCell>
+         <mxCell id="0jYzeJ2Ehw4HYuAYkjmJ-20" parent="1" style="verticalAlign=top;align=left;overflow=fill;html=1;whiteSpace=wrap;" value="&lt;p style=&quot;margin:0px;margin-top:4px;text-align:center;text-decoration:underline;&quot;&gt;&lt;b&gt;mcp网关信息表&lt;/b&gt;&lt;/p&gt;&lt;hr size=&quot;1&quot; style=&quot;border-style:solid;&quot;&gt;&lt;p style=&quot;margin:0px;margin-left:8px;&quot;&gt;服务提供方系统&lt;/p&gt;&lt;p style=&quot;margin: 0px 0px 0px 8px;&quot;&gt;网关地址（http）&lt;/p&gt;&lt;p style=&quot;margin: 0px 0px 0px 8px;&quot;&gt;网关地址（https）&lt;/p&gt;&lt;p style=&quot;margin:0px;margin-left:8px;&quot;&gt;网关控制台地址&lt;/p&gt;&lt;p style=&quot;margin:0px;margin-left:8px;&quot;&gt;网格控制台账号&lt;/p&gt;&lt;p style=&quot;margin:0px;margin-left:8px;&quot;&gt;网关控制台密码（加密）&lt;/p&gt;&lt;p style=&quot;margin:0px;margin-left:8px;&quot;&gt;&lt;br&gt;&lt;/p&gt;" vertex="1">
+           <mxGeometry height="140" width="160" x="1272" y="399" as="geometry" />
+         </mxCell>
+         <mxCell id="0jYzeJ2Ehw4HYuAYkjmJ-24" edge="1" parent="1" source="0jYzeJ2Ehw4HYuAYkjmJ-23" style="edgeStyle=orthogonalEdgeStyle;rounded=0;orthogonalLoop=1;jettySize=auto;html=1;exitX=0.5;exitY=0.5;exitDx=0;exitDy=0;exitPerimeter=0;entryX=0;entryY=0.5;entryDx=0;entryDy=0;" target="Vr7ZYQnQsq7QcT0ujrnK-55">
+           <mxGeometry relative="1" as="geometry" />
+         </mxCell>
+         <mxCell id="0jYzeJ2Ehw4HYuAYkjmJ-27" connectable="0" parent="0jYzeJ2Ehw4HYuAYkjmJ-24" style="edgeLabel;html=1;align=center;verticalAlign=middle;resizable=0;points=[];" value="配置各系统&lt;div&gt;MCP网关信息&lt;/div&gt;" vertex="1">
+           <mxGeometry relative="1" x="0.0871" as="geometry">
+             <mxPoint as="offset" />
+           </mxGeometry>
+         </mxCell>
+         <mxCell id="0jYzeJ2Ehw4HYuAYkjmJ-23" parent="1" style="shape=umlActor;verticalLabelPosition=bottom;verticalAlign=top;html=1;outlineConnect=0;" value="AI门户管理员" vertex="1">
+           <mxGeometry height="60" width="30" x="1110" y="115" as="geometry" />
+         </mxCell>
      </root>
    </mxGraphModel>
  </diagram>
</mxfile>
